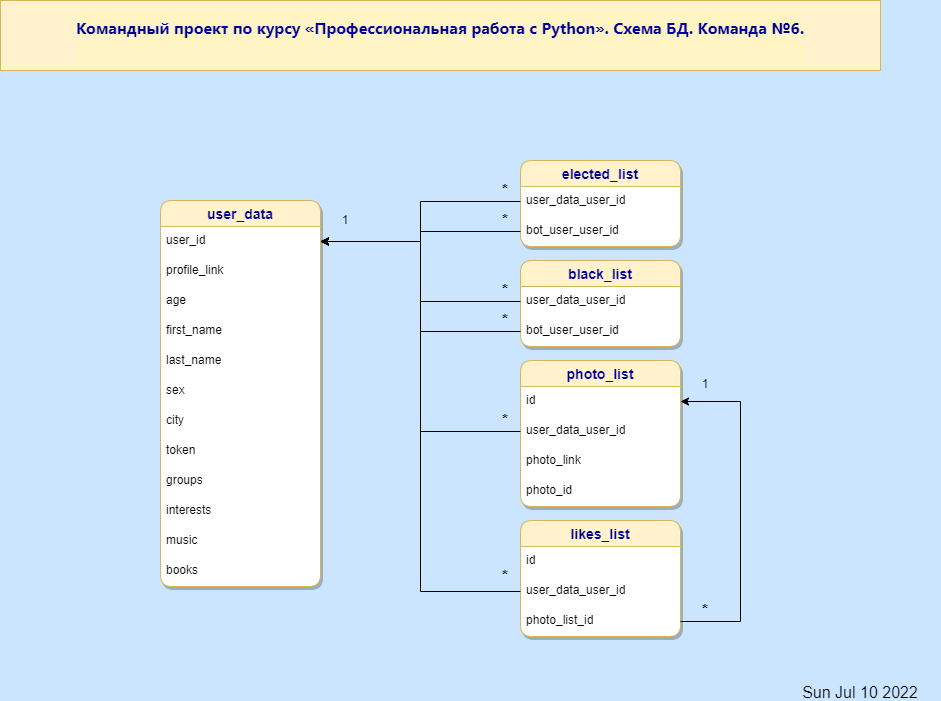
AleksandrPetrov89/adpy-team-diplom-Team-6 keeps this draw.io diagram as bot/db/Diagram_DB_Course_Project_050722.drawio.png. Above is the earlier version. Source tidied: cells renumbered, new cells last; positions are measured from the earlier drawing's top-left corner, leaving out a move shared by most shapes.
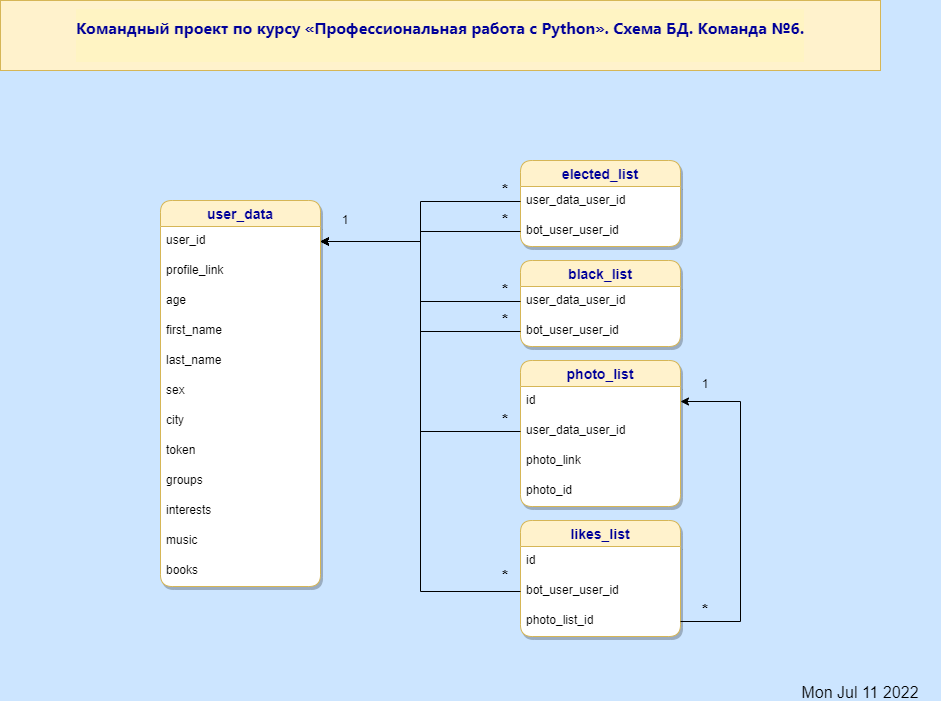
Later version of the same file.

Commit message:
Change code in 4 functions, for the new parametr user_id by operation with photo.

What changed in the source:
```diff
@@ -103,7 +103,7 @@
     <mxCell id="33" value="id" style="text;strokeColor=none;fillColor=none;spacingLeft=4;spacingRight=4;overflow=hidden;fontSize=12;" parent="32" vertex="1">
       <mxGeometry y="26" width="160" height="30" as="geometry" />
     </mxCell>
-    <mxCell id="34" value="user_data_user_id" style="text;strokeColor=none;fillColor=none;spacingLeft=4;spacingRight=4;overflow=hidden;points=[[0,0.5],[1,0.5]];portConstraint=eastwest;fontSize=12;" parent="32" vertex="1">
+    <mxCell id="34" value="bot_user_user_id" style="text;strokeColor=none;fillColor=none;spacingLeft=4;spacingRight=4;overflow=hidden;points=[[0,0.5],[1,0.5]];portConstraint=eastwest;fontSize=12;fontColor=#000000;" parent="32" vertex="1">
       <mxGeometry y="56" width="160" height="30" as="geometry" />
     </mxCell>
     <mxCell id="35" value="photo_list_id" style="text;strokeColor=none;fillColor=none;spacingLeft=4;spacingRight=4;overflow=hidden;points=[[0,0.5],[1,0.5]];portConstraint=eastwest;fontSize=12;" parent="32" vertex="1">
```
